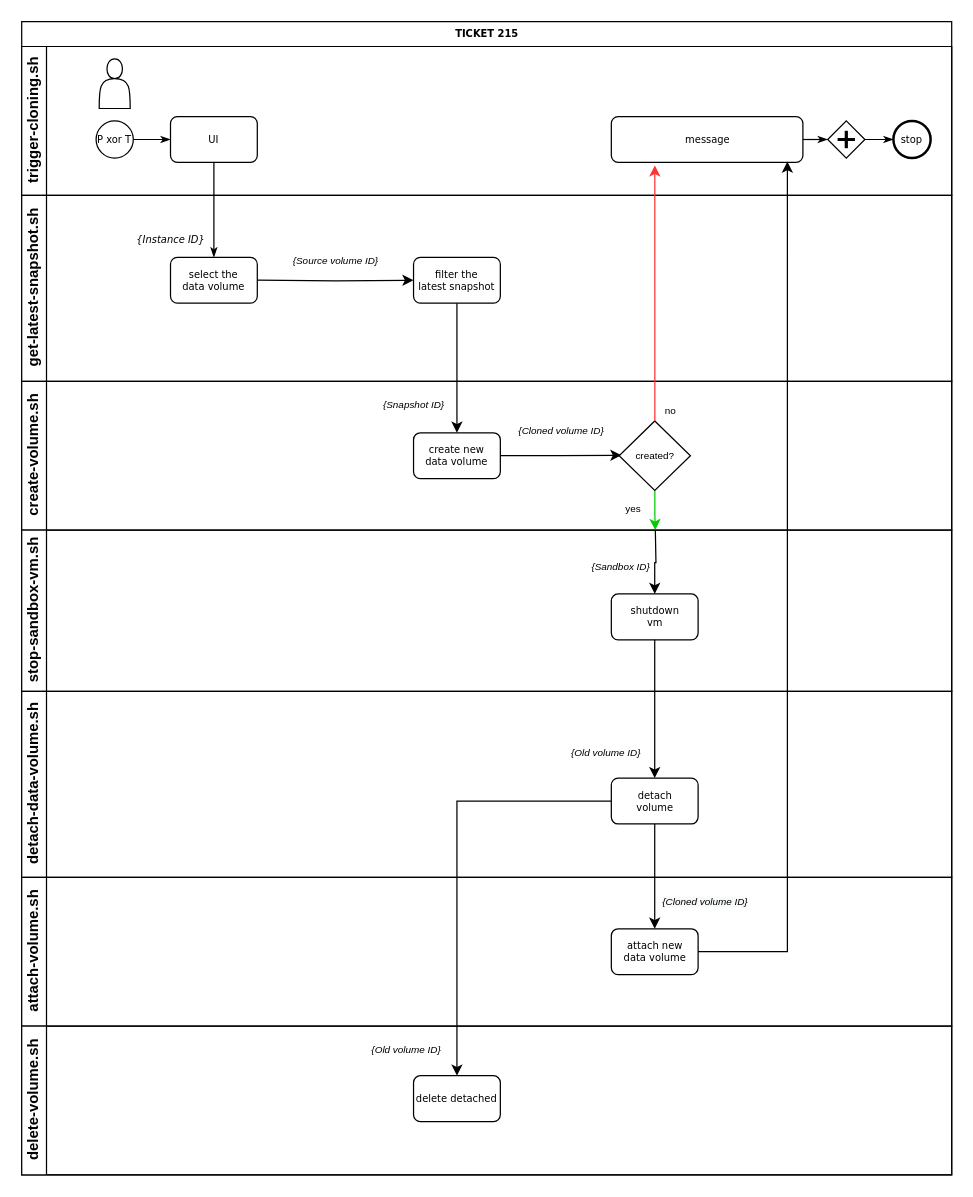
Earlier version of the draw.io diagram triggered-flow-for-sandbox.drawio (mahoff/repo). Source tidied: cells renumbered, new cells numbered last; positions are measured from the earlier drawing's top-left corner, leaving out a move shared by most shapes. Both pictures are drawn from the tidied source at 124%, with x=0, y=0 at pixel (21, 21).
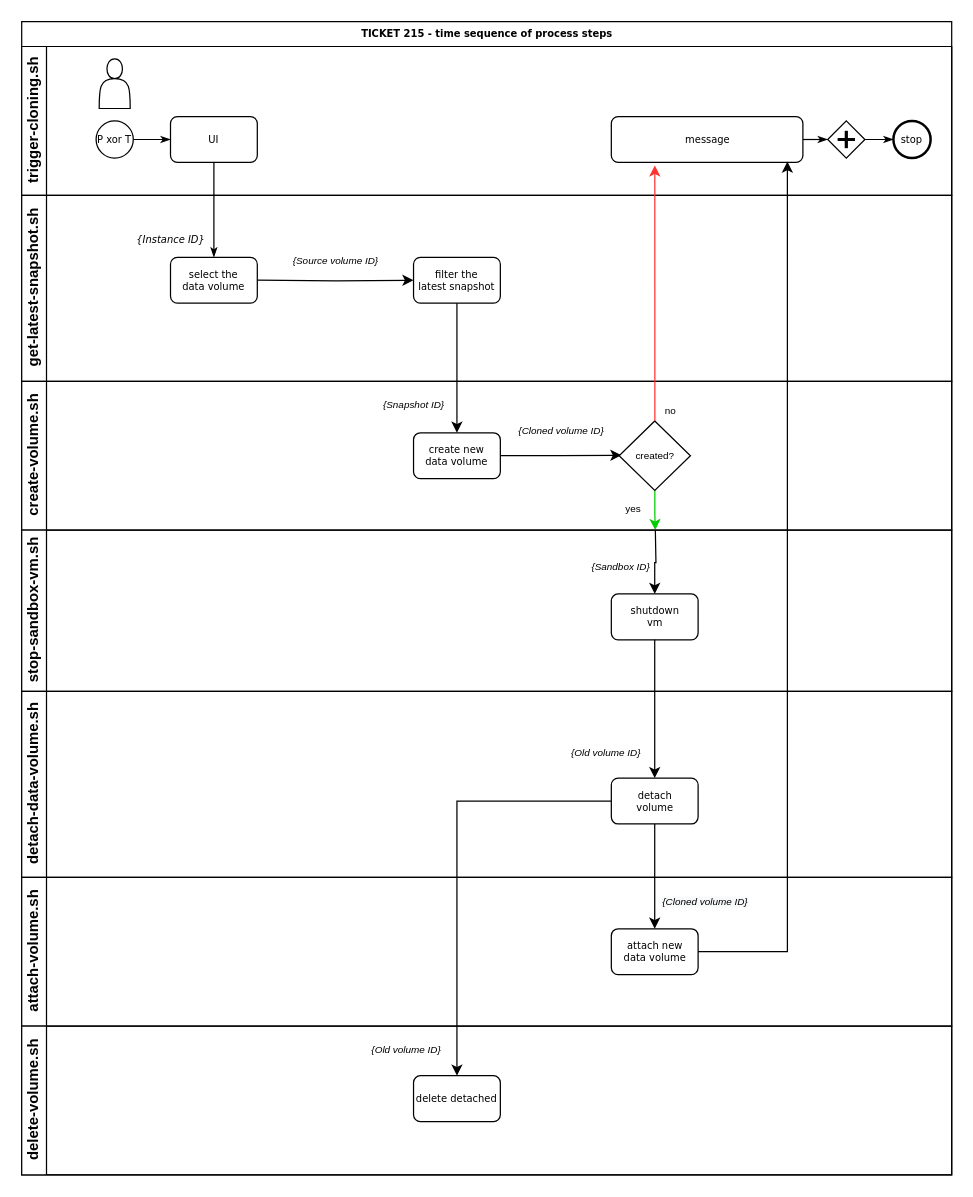
Above is the later version.

Commit message:
more description in the title bar

Change to the diagram source:
```diff
@@
-    <mxCell id="2" value="TICKET 215" style="swimlane;html=1;horizontal=1;startSize=20;rounded=0;shadow=0;labelBackgroundColor=none;strokeWidth=1;fontFamily=Verdana;fontSize=8;align=center;" parent="1" vertex="1">
+    <mxCell id="2" value="TICKET 215 - time sequence of process steps" style="swimlane;html=1;horizontal=1;startSize=20;rounded=0;shadow=0;labelBackgroundColor=none;strokeWidth=1;fontFamily=Verdana;fontSize=8;align=center;" parent="1" vertex="1">
       <mxGeometry width="750" height="930" as="geometry" />
     </mxCell>
```
